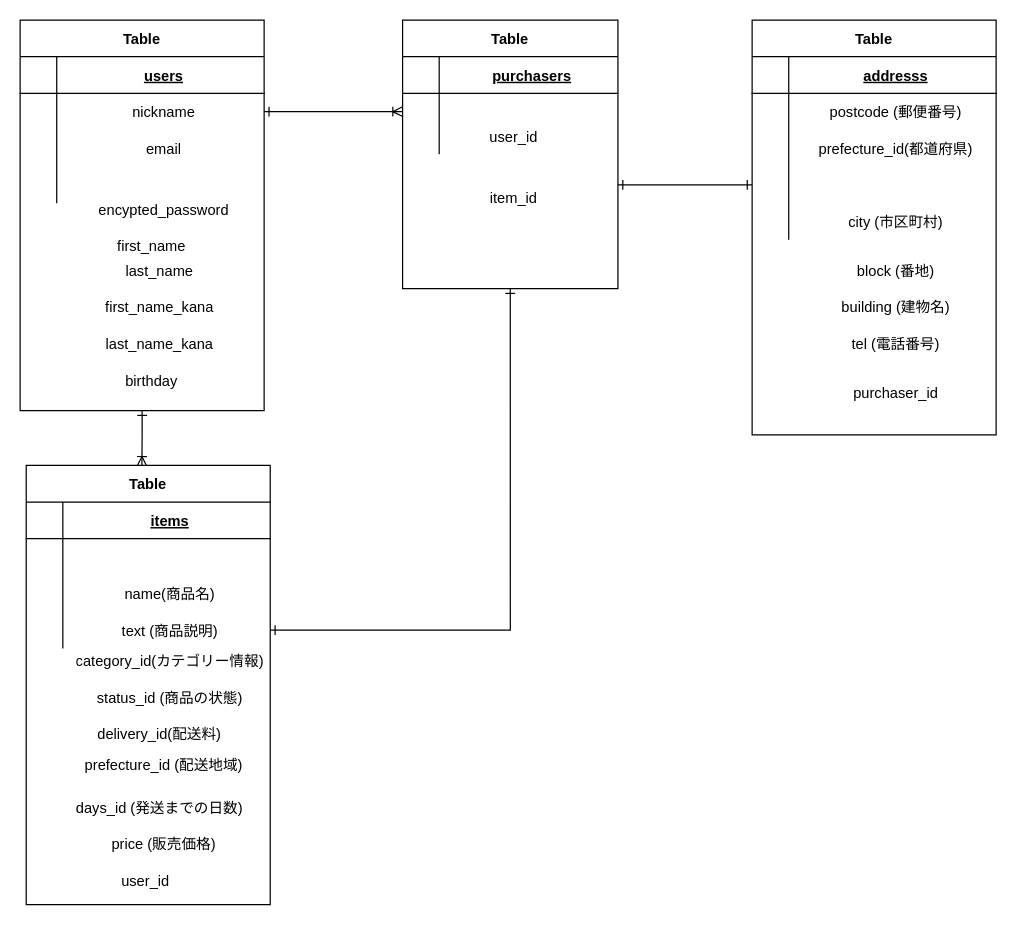
Earlier version of the draw.io diagram app/views/items/test.dio (haze-yuuji/furima-34802). Source tidied: cells renumbered, new cells numbered last; positions are measured from the earlier drawing's top-left corner, leaving out a move shared by most shapes. Both pictures are drawn from the tidied source at 122%, with x=0, y=0 at pixel (20, 20).
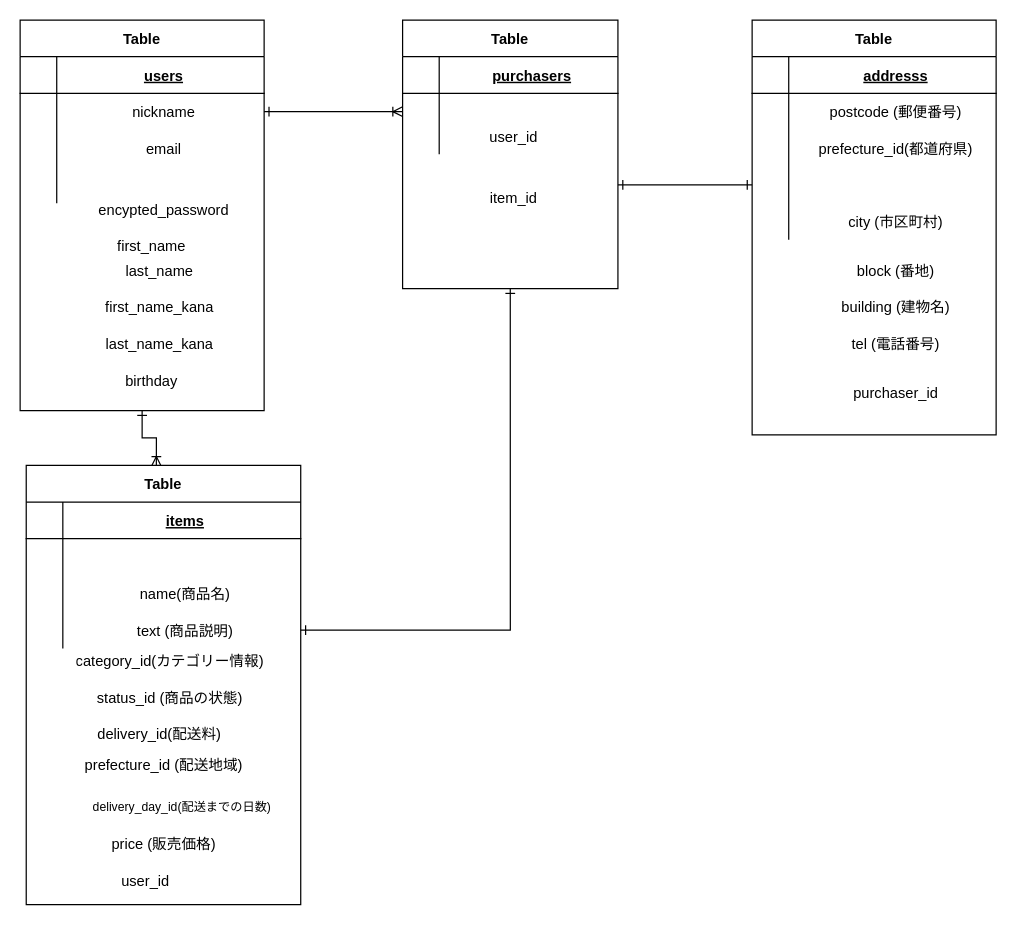
Above is the later version.

Commit message (it also covers changes not shown here):
データベース設計　items tableカラム名変更

The edit, as a diff of the source:
```diff
@@
     <mxCell id="19" value="Table" style="shape=table;startSize=30;childLayout=tableLayout;rowLines=0;fontStyle=1;align=center;" parent="1" vertex="1">
-      <mxGeometry x="5" y="365" width="200" height="360" as="geometry" />
+      <mxGeometry x="5" y="365" width="225" height="360" as="geometry" />
     </mxCell>
     <mxCell id="20" style="shape=partialRectangle;fillColor=none;top=0;left=0;bottom=1;right=0;" parent="19" vertex="1">
-      <mxGeometry y="30" width="200" height="30" as="geometry" />
+      <mxGeometry y="30" width="225" height="30" as="geometry" />
     </mxCell>
@@
     <mxCell id="22" value="items" style="shape=partialRectangle;fillColor=none;top=0;left=0;bottom=0;right=0;align=center;spacingLeft=6;fontStyle=5;overflow=hidden;" parent="20" vertex="1">
-      <mxGeometry x="30" width="170" height="30" as="geometry" />
+      <mxGeometry x="30" width="195" height="30" as="geometry" />
     </mxCell>
     <mxCell id="23" style="shape=partialRectangle;fillColor=none;top=0;left=0;bottom=0;right=0;" parent="19" vertex="1">
-      <mxGeometry y="60" width="200" height="30" as="geometry" />
+      <mxGeometry y="60" width="225" height="30" as="geometry" />
     </mxCell>
@@
     <mxCell id="25" style="shape=partialRectangle;fillColor=none;top=0;left=0;bottom=0;right=0;align=center;spacingLeft=6;overflow=hidden;" parent="23" vertex="1">
-      <mxGeometry x="30" width="170" height="30" as="geometry" />
+      <mxGeometry x="30" width="195" height="30" as="geometry" />
     </mxCell>
     <mxCell id="26" style="shape=partialRectangle;fillColor=none;top=0;left=0;bottom=0;right=0;" parent="19" vertex="1">
-      <mxGeometry y="90" width="200" height="30" as="geometry" />
+      <mxGeometry y="90" width="225" height="30" as="geometry" />
     </mxCell>
@@
     <mxCell id="28" value="name(商品名)" style="shape=partialRectangle;fillColor=none;top=0;left=0;bottom=0;right=0;align=center;spacingLeft=6;overflow=hidden;" parent="26" vertex="1">
-      <mxGeometry x="30" width="170" height="30" as="geometry" />
+      <mxGeometry x="30" width="195" height="30" as="geometry" />
     </mxCell>
     <mxCell id="29" style="shape=partialRectangle;fillColor=none;top=0;left=0;bottom=0;right=0;points=[[0,0.5],[1,0.5]];portConstraint=eastwest;" parent="19" vertex="1">
-      <mxGeometry y="120" width="200" height="30" as="geometry" />
+      <mxGeometry y="120" width="225" height="30" as="geometry" />
     </mxCell>
@@
     <mxCell id="31" value="text (商品説明)" style="shape=partialRectangle;fillColor=none;top=0;left=0;bottom=0;right=0;align=center;spacingLeft=6;overflow=hidden;" parent="29" vertex="1">
-      <mxGeometry x="30" width="170" height="30" as="geometry" />
+      <mxGeometry x="30" width="195" height="30" as="geometry" />
     </mxCell>
@@
-    <mxCell id="71" value="days_id (発送までの日数)" style="shape=partialRectangle;fillColor=none;top=0;left=0;bottom=0;right=0;align=center;spacingLeft=6;overflow=hidden;" parent="1" vertex="1">
-      <mxGeometry x="31.5" y="630" width="160" height="30" as="geometry" />
+    <mxCell id="71" value="delivery_day_id(配送までの日数)" style="shape=partialRectangle;fillColor=none;top=0;left=0;bottom=0;right=0;align=center;spacingLeft=6;overflow=hidden;fontSize=10;" parent="1" vertex="1">
+      <mxGeometry x="50" y="630" width="160" height="30" as="geometry" />
     </mxCell>
```
